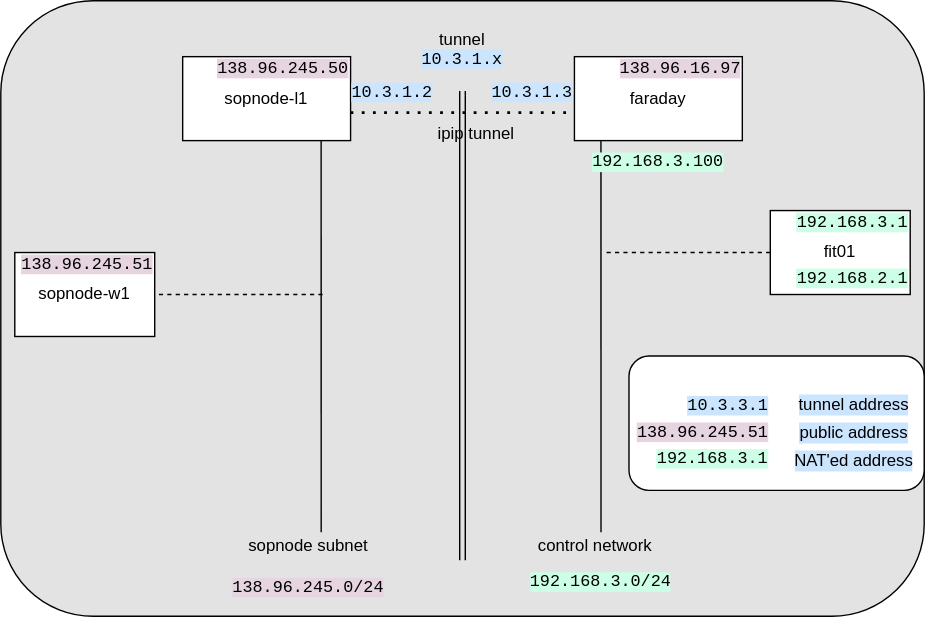
The draw.io diagram tunnel/tunnel-arch.svg in sopnode/kube-install, before a commit. Source tidied: cells renumbered, new cells last; positions are measured from the earlier drawing's top-left corner, leaving out a move shared by most shapes.
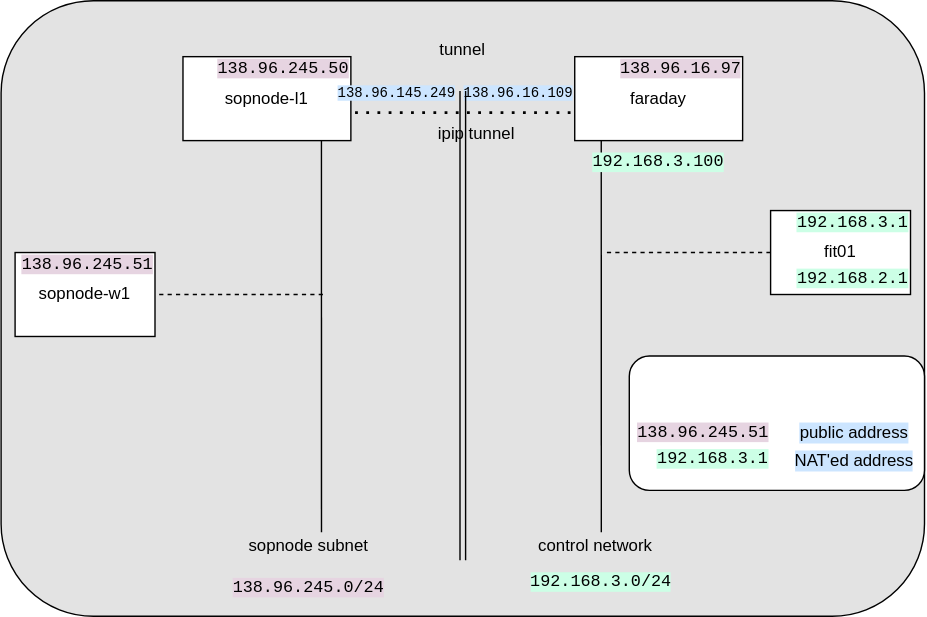
Later version of the same file.

Commit message:
new tunnel strategy

instead of using fake addresses for both ends of the ipip tunnel
use free public interfaces

What changed in the source:
```diff
@@ -37,14 +37,14 @@
     <mxCell id="11" value="sopnode subnet&lt;br&gt;&lt;br&gt;&lt;font face=&quot;Courier New&quot; style=&quot;background-color: rgb(230 , 212 , 225)&quot;&gt;138.96.245.0/24&lt;/font&gt;" style="text;html=1;strokeColor=none;fillColor=none;align=center;verticalAlign=middle;whiteSpace=wrap;rounded=0;" parent="1" vertex="1">
       <mxGeometry x="190" y="390" width="60" height="30" as="geometry" />
     </mxCell>
-    <mxCell id="12" value="tunnel&lt;br&gt;&lt;span style=&quot;background-color: rgb(204 , 229 , 255)&quot;&gt;&lt;font face=&quot;Courier New&quot;&gt;10.3.1.x&lt;/font&gt;&lt;/span&gt;" style="text;html=1;strokeColor=none;fillColor=none;align=center;verticalAlign=middle;whiteSpace=wrap;rounded=0;" parent="1" vertex="1">
+    <mxCell id="12" value="tunnel" style="text;html=1;strokeColor=none;fillColor=none;align=center;verticalAlign=middle;whiteSpace=wrap;rounded=0;" parent="1" vertex="1">
       <mxGeometry x="300" y="20" width="60" height="30" as="geometry" />
     </mxCell>
-    <mxCell id="13" value="&lt;font face=&quot;Courier New&quot; style=&quot;background-color: rgb(204 , 229 , 255)&quot;&gt;10.3.1.2&lt;/font&gt;" style="text;html=1;strokeColor=none;fillColor=none;align=center;verticalAlign=middle;whiteSpace=wrap;rounded=0;" parent="1" vertex="1">
-      <mxGeometry x="250" y="50" width="60" height="30" as="geometry" />
+    <mxCell id="13" value="&lt;font face=&quot;Courier New&quot; style=&quot;background-color: rgb(204, 229, 255); font-size: 10px;&quot;&gt;138.96.145.249&lt;/font&gt;" style="text;html=1;strokeColor=none;fillColor=none;align=center;verticalAlign=middle;whiteSpace=wrap;rounded=0;" parent="1" vertex="1">
+      <mxGeometry x="253" y="50" width="60" height="30" as="geometry" />
     </mxCell>
-    <mxCell id="14" value="&lt;font face=&quot;Courier New&quot; style=&quot;background-color: rgb(204 , 229 , 255)&quot;&gt;10.3.1.3&lt;/font&gt;" style="text;html=1;strokeColor=none;fillColor=none;align=center;verticalAlign=middle;whiteSpace=wrap;rounded=0;" parent="1" vertex="1">
-      <mxGeometry x="350" y="50" width="60" height="30" as="geometry" />
+    <mxCell id="14" value="&lt;font face=&quot;Courier New&quot; style=&quot;background-color: rgb(204, 229, 255); font-size: 10px;&quot;&gt;138.96.16.109&lt;/font&gt;" style="text;html=1;strokeColor=none;fillColor=none;align=center;verticalAlign=middle;whiteSpace=wrap;rounded=0;" parent="1" vertex="1">
+      <mxGeometry x="340" y="50" width="60" height="30" as="geometry" />
     </mxCell>
     <mxCell id="15" style="endArrow=none;dashed=1;html=1;dashPattern=1 3;strokeWidth=2;exitX=0;exitY=1;exitDx=0;exitDy=0;" parent="1" edge="1" source="13">
       <mxGeometry relative="1" as="geometry">
@@ -90,18 +90,12 @@
     <mxCell id="25" value="&lt;font face=&quot;Courier New&quot; style=&quot;background-color: rgb(204 , 255 , 230)&quot;&gt;192.168.3.1&lt;/font&gt;" style="text;html=1;strokeColor=none;fillColor=none;align=center;verticalAlign=middle;whiteSpace=wrap;rounded=0;" parent="1" vertex="1">
       <mxGeometry x="559" y="143" width="100" height="30" as="geometry" />
     </mxCell>
-    <mxCell id="26" value="&lt;font face=&quot;Courier New&quot; style=&quot;background-color: rgb(204 , 229 , 255)&quot;&gt;10.3.3.1&lt;/font&gt;" style="text;html=1;strokeColor=none;fillColor=none;align=center;verticalAlign=middle;whiteSpace=wrap;rounded=0;" parent="1" vertex="1">
-      <mxGeometry x="480" y="274" width="80" height="30" as="geometry" />
-    </mxCell>
     <mxCell id="27" value="&lt;font face=&quot;Courier New&quot; style=&quot;background-color: rgb(230 , 212 , 225)&quot;&gt;138.96.245.51&lt;/font&gt;" style="text;html=1;strokeColor=none;fillColor=none;align=center;verticalAlign=middle;whiteSpace=wrap;rounded=0;" parent="1" vertex="1">
       <mxGeometry x="452" y="293" width="100" height="30" as="geometry" />
     </mxCell>
     <mxCell id="28" value="&lt;font face=&quot;Courier New&quot; style=&quot;background-color: rgb(204 , 255 , 230)&quot;&gt;192.168.3.1&lt;/font&gt;" style="text;html=1;strokeColor=none;fillColor=none;align=center;verticalAlign=middle;whiteSpace=wrap;rounded=0;" parent="1" vertex="1">
       <mxGeometry x="459" y="312" width="100" height="30" as="geometry" />
     </mxCell>
-    <mxCell id="29" value="&lt;font face=&quot;Helvetica&quot;&gt;tunnel address&lt;/font&gt;" style="text;html=1;strokeColor=none;fillColor=none;align=center;verticalAlign=middle;whiteSpace=wrap;rounded=0;labelBackgroundColor=#CCE5FF;fontFamily=Courier New;" parent="1" vertex="1">
-      <mxGeometry x="560" y="274" width="100" height="30" as="geometry" />
-    </mxCell>
     <mxCell id="30" value="&lt;font face=&quot;Helvetica&quot;&gt;public address&lt;/font&gt;&lt;span style=&quot;color: rgba(0 , 0 , 0 , 0) ; font-family: monospace ; font-size: 0px ; background-color: rgb(248 , 249 , 250)&quot;&gt;%3CmxGraphModel%3E%3Croot%3E%3CmxCell%20id%3D%220%22%2F%3E%3CmxCell%20id%3D%221%22%20parent%3D%220%22%2F%3E%3CmxCell%20id%3D%222%22%20value%3D%22%26lt%3Bfont%20face%3D%26quot%3BHelvetica%26quot%3B%26gt%3Bisland%20address%26lt%3B%2Ffont%26gt%3B%22%20style%3D%22text%3Bhtml%3D1%3BstrokeColor%3Dnone%3BfillColor%3Dnone%3Balign%3Dcenter%3BverticalAlign%3Dmiddle%3BwhiteSpace%3Dwrap%3Brounded%3D0%3BlabelBackgroundColor%3D%23CCE5FF%3BfontFamily%3DCourier%20New%3B%22%20vertex%3D%221%22%20parent%3D%221%22%3E%3CmxGeometry%20x%3D%22150%22%20y%3D%22354%22%20width%3D%22100%22%20height%3D%2230%22%20as%3D%22geometry%22%2F%3E%3C%2FmxCell%3E%3C%2Froot%3E%3C%2FmxGraphModel%3E&lt;/span&gt;" style="text;html=1;strokeColor=none;fillColor=none;align=center;verticalAlign=middle;whiteSpace=wrap;rounded=0;labelBackgroundColor=#CCE5FF;fontFamily=Courier New;" parent="1" vertex="1">
       <mxGeometry x="560" y="294" width="100" height="30" as="geometry" />
     </mxCell>
```
